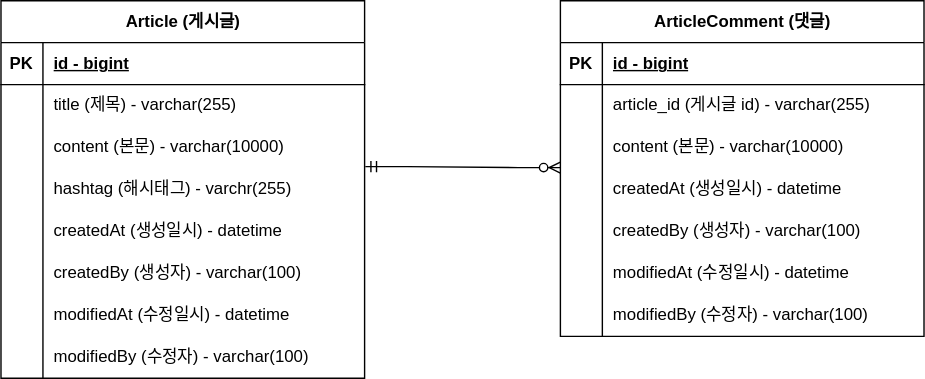
The draw.io diagram src/Documents/ERD.svg in Sangddong/fastcampus-project-board, before a commit. Source tidied: cells renumbered, new cells last; positions are measured from the earlier drawing's top-left corner, leaving out a move shared by most shapes.
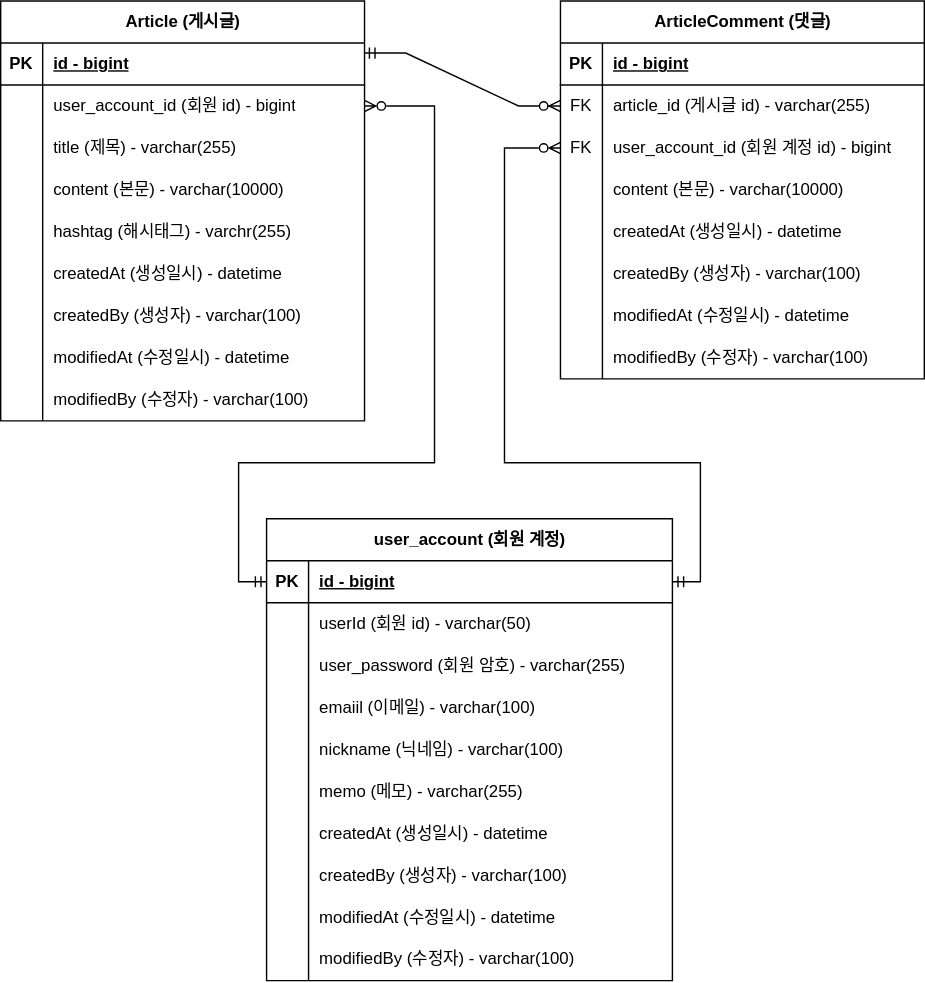
The same diagram one commit later.

The edit, as a diff of the source:
```diff
@@ -3,7 +3,7 @@
     <mxCell id="0" />
     <mxCell id="1" parent="0" />
     <mxCell id="2" value="Article (게시글)" style="shape=table;startSize=30;rowLines=0;fontStyle=1;align=center;html=1;" parent="1" vertex="1">
-      <mxGeometry width="260" height="270" as="geometry" />
+      <mxGeometry width="260" height="300" as="geometry" />
     </mxCell>
     <mxCell id="3" style="shape=tableRow;horizontal=0;startSize=0;swimlaneHead=0;swimlaneBody=0;fillColor=none;points=[[0,0.5],[1,0.5]];portConstraint=eastwest;top=0;left=0;right=0;bottom=1;" parent="2" vertex="1">
       <mxGeometry y="30" width="260" height="30" as="geometry" />
@@ -14,8 +14,17 @@
     <mxCell id="5" value="id - bigint" style="shape=partialRectangle;fillColor=none;top=0;left=0;bottom=0;right=0;align=left;spacingLeft=6;fontStyle=5;overflow=hidden;whiteSpace=wrap;html=1;" parent="3" vertex="1">
       <mxGeometry x="30" width="230" height="30" as="geometry" />
     </mxCell>
+    <mxCell id="50" style="shape=tableRow;horizontal=0;startSize=0;swimlaneHead=0;swimlaneBody=0;fillColor=none;points=[[0,0.5],[1,0.5]];portConstraint=eastwest;top=0;left=0;right=0;bottom=0;" parent="2" vertex="1">
+      <mxGeometry y="60" width="260" height="30" as="geometry" />
+    </mxCell>
+    <mxCell id="51" style="shape=partialRectangle;fillColor=none;top=0;left=0;bottom=0;right=0;overflow=hidden;whiteSpace=wrap;html=1;" parent="50" vertex="1">
+      <mxGeometry width="30" height="30" as="geometry" />
+    </mxCell>
+    <mxCell id="52" value="user_account_id (회원 id) - bigint" style="shape=partialRectangle;fillColor=none;top=0;left=0;bottom=0;right=0;align=left;spacingLeft=6;overflow=hidden;whiteSpace=wrap;html=1;" parent="50" vertex="1">
+      <mxGeometry x="30" width="230" height="30" as="geometry" />
+    </mxCell>
     <mxCell id="6" style="shape=tableRow;horizontal=0;startSize=0;swimlaneHead=0;swimlaneBody=0;fillColor=none;top=0;left=0;right=0;bottom=0;" parent="2" vertex="1">
-      <mxGeometry y="60" width="260" height="30" as="geometry" />
+      <mxGeometry y="90" width="260" height="30" as="geometry" />
     </mxCell>
     <mxCell id="7" style="shape=partialRectangle;fillColor=none;top=0;left=0;bottom=0;right=0;overflow=hidden;whiteSpace=wrap;html=1;" parent="6" vertex="1">
       <mxGeometry width="30" height="30" as="geometry" />
@@ -24,7 +33,7 @@
       <mxGeometry x="30" width="230" height="30" as="geometry" />
     </mxCell>
     <mxCell id="9" style="shape=tableRow;horizontal=0;startSize=0;swimlaneHead=0;swimlaneBody=0;fillColor=none;points=[[0,0.5],[1,0.5]];portConstraint=eastwest;top=0;left=0;right=0;bottom=0;" parent="2" vertex="1">
-      <mxGeometry y="90" width="260" height="30" as="geometry" />
+      <mxGeometry y="120" width="260" height="30" as="geometry" />
     </mxCell>
     <mxCell id="10" style="shape=partialRectangle;fillColor=none;top=0;left=0;bottom=0;right=0;overflow=hidden;whiteSpace=wrap;html=1;" parent="9" vertex="1">
       <mxGeometry width="30" height="30" as="geometry" />
@@ -33,7 +42,7 @@
       <mxGeometry x="30" width="230" height="30" as="geometry" />
     </mxCell>
     <mxCell id="12" style="shape=tableRow;horizontal=0;startSize=0;swimlaneHead=0;swimlaneBody=0;fillColor=none;top=0;left=0;right=0;bottom=0;" parent="2" vertex="1">
-      <mxGeometry y="120" width="260" height="30" as="geometry" />
+      <mxGeometry y="150" width="260" height="30" as="geometry" />
     </mxCell>
     <mxCell id="13" style="shape=partialRectangle;fillColor=none;top=0;left=0;bottom=0;right=0;overflow=hidden;whiteSpace=wrap;html=1;" parent="12" vertex="1">
       <mxGeometry width="30" height="30" as="geometry" />
@@ -42,7 +51,7 @@
       <mxGeometry x="30" width="230" height="30" as="geometry" />
     </mxCell>
     <mxCell id="15" style="shape=tableRow;horizontal=0;startSize=0;swimlaneHead=0;swimlaneBody=0;fillColor=none;top=0;left=0;right=0;bottom=0;" parent="2" vertex="1">
-      <mxGeometry y="150" width="260" height="30" as="geometry" />
+      <mxGeometry y="180" width="260" height="30" as="geometry" />
     </mxCell>
     <mxCell id="16" style="shape=partialRectangle;fillColor=none;top=0;left=0;bottom=0;right=0;overflow=hidden;whiteSpace=wrap;html=1;" parent="15" vertex="1">
       <mxGeometry width="30" height="30" as="geometry" />
@@ -51,7 +60,7 @@
       <mxGeometry x="30" width="230" height="30" as="geometry" />
     </mxCell>
     <mxCell id="18" style="shape=tableRow;horizontal=0;startSize=0;swimlaneHead=0;swimlaneBody=0;fillColor=none;top=0;left=0;right=0;bottom=0;" parent="2" vertex="1">
-      <mxGeometry y="180" width="260" height="30" as="geometry" />
+      <mxGeometry y="210" width="260" height="30" as="geometry" />
     </mxCell>
     <mxCell id="19" style="shape=partialRectangle;fillColor=none;top=0;left=0;bottom=0;right=0;overflow=hidden;whiteSpace=wrap;html=1;" parent="18" vertex="1">
       <mxGeometry width="30" height="30" as="geometry" />
@@ -60,7 +69,7 @@
       <mxGeometry x="30" width="230" height="30" as="geometry" />
     </mxCell>
     <mxCell id="21" style="shape=tableRow;horizontal=0;startSize=0;swimlaneHead=0;swimlaneBody=0;fillColor=none;top=0;left=0;right=0;bottom=0;" parent="2" vertex="1">
-      <mxGeometry y="210" width="260" height="30" as="geometry" />
+      <mxGeometry y="240" width="260" height="30" as="geometry" />
     </mxCell>
     <mxCell id="22" style="shape=partialRectangle;fillColor=none;top=0;left=0;bottom=0;right=0;overflow=hidden;whiteSpace=wrap;html=1;" parent="21" vertex="1">
       <mxGeometry width="30" height="30" as="geometry" />
@@ -69,7 +78,7 @@
       <mxGeometry x="30" width="230" height="30" as="geometry" />
     </mxCell>
     <mxCell id="24" style="shape=tableRow;horizontal=0;startSize=0;swimlaneHead=0;swimlaneBody=0;fillColor=none;top=0;left=0;right=0;bottom=0;" parent="2" vertex="1">
-      <mxGeometry y="240" width="260" height="30" as="geometry" />
+      <mxGeometry y="270" width="260" height="30" as="geometry" />
     </mxCell>
     <mxCell id="25" style="shape=partialRectangle;fillColor=none;top=0;left=0;bottom=0;right=0;overflow=hidden;whiteSpace=wrap;html=1;" parent="24" vertex="1">
       <mxGeometry width="30" height="30" as="geometry" />
@@ -78,7 +87,7 @@
       <mxGeometry x="30" width="230" height="30" as="geometry" />
     </mxCell>
     <mxCell id="27" value="ArticleComment (댓글)" style="shape=table;startSize=30;rowLines=0;fontStyle=1;align=center;html=1;" parent="1" vertex="1">
-      <mxGeometry x="400" width="260" height="240" as="geometry" />
+      <mxGeometry x="400" width="260" height="270" as="geometry" />
     </mxCell>
     <mxCell id="28" style="shape=tableRow;horizontal=0;startSize=0;swimlaneHead=0;swimlaneBody=0;fillColor=none;top=0;left=0;right=0;bottom=1;" parent="27" vertex="1">
       <mxGeometry y="30" width="260" height="30" as="geometry" />
@@ -92,14 +101,23 @@
     <mxCell id="31" style="shape=tableRow;horizontal=0;startSize=0;swimlaneHead=0;swimlaneBody=0;fillColor=none;points=[[0,0.5],[1,0.5]];portConstraint=eastwest;top=0;left=0;right=0;bottom=0;" parent="27" vertex="1">
       <mxGeometry y="60" width="260" height="30" as="geometry" />
     </mxCell>
-    <mxCell id="32" style="shape=partialRectangle;fillColor=none;top=0;left=0;bottom=0;right=0;overflow=hidden;whiteSpace=wrap;html=1;" parent="31" vertex="1">
+    <mxCell id="32" value="FK" style="shape=partialRectangle;fillColor=none;top=0;left=0;bottom=0;right=0;overflow=hidden;whiteSpace=wrap;html=1;" parent="31" vertex="1">
       <mxGeometry width="30" height="30" as="geometry" />
     </mxCell>
     <mxCell id="33" value="article_id (게시글 id) - varchar(255)" style="shape=partialRectangle;fillColor=none;top=0;left=0;bottom=0;right=0;align=left;spacingLeft=6;overflow=hidden;whiteSpace=wrap;html=1;" parent="31" vertex="1">
       <mxGeometry x="30" width="230" height="30" as="geometry" />
     </mxCell>
+    <mxCell id="53" style="shape=tableRow;horizontal=0;startSize=0;swimlaneHead=0;swimlaneBody=0;fillColor=none;points=[[0,0.5],[1,0.5]];portConstraint=eastwest;top=0;left=0;right=0;bottom=0;" parent="27" vertex="1">
+      <mxGeometry y="90" width="260" height="30" as="geometry" />
+    </mxCell>
+    <mxCell id="54" value="FK" style="shape=partialRectangle;fillColor=none;top=0;left=0;bottom=0;right=0;overflow=hidden;whiteSpace=wrap;html=1;" parent="53" vertex="1">
+      <mxGeometry width="30" height="30" as="geometry" />
+    </mxCell>
+    <mxCell id="55" value="user_account_id (회원 계정 id) - bigint" style="shape=partialRectangle;fillColor=none;top=0;left=0;bottom=0;right=0;align=left;spacingLeft=6;overflow=hidden;whiteSpace=wrap;html=1;" parent="53" vertex="1">
+      <mxGeometry x="30" width="230" height="30" as="geometry" />
+    </mxCell>
     <mxCell id="34" style="shape=tableRow;horizontal=0;startSize=0;swimlaneHead=0;swimlaneBody=0;fillColor=none;top=0;left=0;right=0;bottom=0;" parent="27" vertex="1">
-      <mxGeometry y="90" width="260" height="30" as="geometry" />
+      <mxGeometry y="120" width="260" height="30" as="geometry" />
     </mxCell>
     <mxCell id="35" style="shape=partialRectangle;fillColor=none;top=0;left=0;bottom=0;right=0;overflow=hidden;whiteSpace=wrap;html=1;" parent="34" vertex="1">
       <mxGeometry width="30" height="30" as="geometry" />
@@ -108,7 +126,7 @@
       <mxGeometry x="30" width="230" height="30" as="geometry" />
     </mxCell>
     <mxCell id="37" style="shape=tableRow;horizontal=0;startSize=0;swimlaneHead=0;swimlaneBody=0;fillColor=none;top=0;left=0;right=0;bottom=0;" parent="27" vertex="1">
-      <mxGeometry y="120" width="260" height="30" as="geometry" />
+      <mxGeometry y="150" width="260" height="30" as="geometry" />
     </mxCell>
     <mxCell id="38" style="shape=partialRectangle;fillColor=none;top=0;left=0;bottom=0;right=0;overflow=hidden;whiteSpace=wrap;html=1;" parent="37" vertex="1">
       <mxGeometry width="30" height="30" as="geometry" />
@@ -117,7 +135,7 @@
       <mxGeometry x="30" width="230" height="30" as="geometry" />
     </mxCell>
     <mxCell id="40" style="shape=tableRow;horizontal=0;startSize=0;swimlaneHead=0;swimlaneBody=0;fillColor=none;top=0;left=0;right=0;bottom=0;" parent="27" vertex="1">
-      <mxGeometry y="150" width="260" height="30" as="geometry" />
+      <mxGeometry y="180" width="260" height="30" as="geometry" />
     </mxCell>
     <mxCell id="41" style="shape=partialRectangle;fillColor=none;top=0;left=0;bottom=0;right=0;overflow=hidden;whiteSpace=wrap;html=1;" parent="40" vertex="1">
       <mxGeometry width="30" height="30" as="geometry" />
@@ -126,7 +144,7 @@
       <mxGeometry x="30" width="230" height="30" as="geometry" />
     </mxCell>
     <mxCell id="43" style="shape=tableRow;horizontal=0;startSize=0;swimlaneHead=0;swimlaneBody=0;fillColor=none;top=0;left=0;right=0;bottom=0;" parent="27" vertex="1">
-      <mxGeometry y="180" width="260" height="30" as="geometry" />
+      <mxGeometry y="210" width="260" height="30" as="geometry" />
     </mxCell>
     <mxCell id="44" style="shape=partialRectangle;fillColor=none;top=0;left=0;bottom=0;right=0;overflow=hidden;whiteSpace=wrap;html=1;" parent="43" vertex="1">
       <mxGeometry width="30" height="30" as="geometry" />
@@ -135,7 +153,7 @@
       <mxGeometry x="30" width="230" height="30" as="geometry" />
     </mxCell>
     <mxCell id="46" style="shape=tableRow;horizontal=0;startSize=0;swimlaneHead=0;swimlaneBody=0;fillColor=none;top=0;left=0;right=0;bottom=0;" parent="27" vertex="1">
-      <mxGeometry y="210" width="260" height="30" as="geometry" />
+      <mxGeometry y="240" width="260" height="30" as="geometry" />
     </mxCell>
     <mxCell id="47" style="shape=partialRectangle;fillColor=none;top=0;left=0;bottom=0;right=0;overflow=hidden;whiteSpace=wrap;html=1;" parent="46" vertex="1">
       <mxGeometry width="30" height="30" as="geometry" />
@@ -143,10 +161,121 @@
     <mxCell id="48" value="modifiedBy (수정자) - varchar(100)" style="shape=partialRectangle;fillColor=none;top=0;left=0;bottom=0;right=0;align=left;spacingLeft=6;overflow=hidden;whiteSpace=wrap;html=1;" parent="46" vertex="1">
       <mxGeometry x="30" width="230" height="30" as="geometry" />
     </mxCell>
-    <mxCell id="49" style="edgeStyle=entityRelationEdgeStyle;fontSize=12;html=1;endArrow=ERzeroToMany;startArrow=ERmandOne;rounded=0;entryX=0.023;entryY=0.089;entryDx=0;entryDy=0;entryPerimeter=0;exitX=1.002;exitY=0.954;exitDx=0;exitDy=0;exitPerimeter=0;" parent="1" edge="1" source="9">
-      <mxGeometry relative="1" as="geometry">
-        <mxPoint x="400" y="119.3" as="targetPoint" />
-      </mxGeometry>
+    <mxCell id="49" style="edgeStyle=entityRelationEdgeStyle;fontSize=12;html=1;endArrow=ERzeroToMany;startArrow=ERmandOne;rounded=0;entryX=0;entryY=0.5;entryDx=0;entryDy=0;exitX=0.998;exitY=0.24;exitDx=0;exitDy=0;exitPerimeter=0;" parent="1" edge="1" source="3" target="31">
+      <mxGeometry relative="1" as="geometry" />
     </mxCell>
+    <mxCell id="56" value="user_account (회원 계정)" style="shape=table;startSize=30;rowLines=0;fontStyle=1;align=center;html=1;" parent="1" vertex="1">
+      <mxGeometry x="190" y="370" width="290" height="330" as="geometry" />
+    </mxCell>
+    <mxCell id="57" style="shape=tableRow;horizontal=0;startSize=0;swimlaneHead=0;swimlaneBody=0;fillColor=none;points=[[0,0.5],[1,0.5]];portConstraint=eastwest;top=0;left=0;right=0;bottom=1;" parent="56" vertex="1">
+      <mxGeometry y="30" width="290" height="30" as="geometry" />
+    </mxCell>
+    <mxCell id="58" value="PK" style="shape=partialRectangle;fillColor=none;top=0;left=0;bottom=0;right=0;fontStyle=1;overflow=hidden;whiteSpace=wrap;html=1;" parent="57" vertex="1">
+      <mxGeometry width="30" height="30" as="geometry" />
+    </mxCell>
+    <mxCell id="59" value="id - bigint" style="shape=partialRectangle;fillColor=none;top=0;left=0;bottom=0;right=0;align=left;spacingLeft=6;fontStyle=5;overflow=hidden;whiteSpace=wrap;html=1;" parent="57" vertex="1">
+      <mxGeometry x="30" width="260" height="30" as="geometry" />
+    </mxCell>
+    <mxCell id="60" style="shape=tableRow;horizontal=0;startSize=0;swimlaneHead=0;swimlaneBody=0;fillColor=none;top=0;left=0;right=0;bottom=0;" parent="56" vertex="1">
+      <mxGeometry y="60" width="290" height="30" as="geometry" />
+    </mxCell>
+    <mxCell id="61" style="shape=partialRectangle;fillColor=none;top=0;left=0;bottom=0;right=0;overflow=hidden;whiteSpace=wrap;html=1;" parent="60" vertex="1">
+      <mxGeometry width="30" height="30" as="geometry" />
+    </mxCell>
+    <mxCell id="62" value="userId (회원 id) - varchar(50)" style="shape=partialRectangle;fillColor=none;top=0;left=0;bottom=0;right=0;align=left;spacingLeft=6;overflow=hidden;whiteSpace=wrap;html=1;" parent="60" vertex="1">
+      <mxGeometry x="30" width="260" height="30" as="geometry" />
+    </mxCell>
+    <mxCell id="63" style="shape=tableRow;horizontal=0;startSize=0;swimlaneHead=0;swimlaneBody=0;fillColor=none;top=0;left=0;right=0;bottom=0;" parent="56" vertex="1">
+      <mxGeometry y="90" width="290" height="30" as="geometry" />
+    </mxCell>
+    <mxCell id="64" style="shape=partialRectangle;fillColor=none;top=0;left=0;bottom=0;right=0;overflow=hidden;whiteSpace=wrap;html=1;" parent="63" vertex="1">
+      <mxGeometry width="30" height="30" as="geometry" />
+    </mxCell>
+    <mxCell id="65" value="user_password (회원 암호) - varchar(255)" style="shape=partialRectangle;fillColor=none;top=0;left=0;bottom=0;right=0;align=left;spacingLeft=6;overflow=hidden;whiteSpace=wrap;html=1;" parent="63" vertex="1">
+      <mxGeometry x="30" width="260" height="30" as="geometry" />
+    </mxCell>
+    <mxCell id="66" style="shape=tableRow;horizontal=0;startSize=0;swimlaneHead=0;swimlaneBody=0;fillColor=none;top=0;left=0;right=0;bottom=0;" parent="56" vertex="1">
+      <mxGeometry y="120" width="290" height="30" as="geometry" />
+    </mxCell>
+    <mxCell id="67" style="shape=partialRectangle;fillColor=none;top=0;left=0;bottom=0;right=0;overflow=hidden;whiteSpace=wrap;html=1;" parent="66" vertex="1">
+      <mxGeometry width="30" height="30" as="geometry" />
+    </mxCell>
+    <mxCell id="68" value="emaiil (이메일) - varchar(100)" style="shape=partialRectangle;fillColor=none;top=0;left=0;bottom=0;right=0;align=left;spacingLeft=6;overflow=hidden;whiteSpace=wrap;html=1;" parent="66" vertex="1">
+      <mxGeometry x="30" width="260" height="30" as="geometry" />
+    </mxCell>
+    <mxCell id="69" style="shape=tableRow;horizontal=0;startSize=0;swimlaneHead=0;swimlaneBody=0;fillColor=none;top=0;left=0;right=0;bottom=0;" parent="56" vertex="1">
+      <mxGeometry y="150" width="290" height="30" as="geometry" />
+    </mxCell>
+    <mxCell id="70" style="shape=partialRectangle;fillColor=none;top=0;left=0;bottom=0;right=0;overflow=hidden;whiteSpace=wrap;html=1;" parent="69" vertex="1">
+      <mxGeometry width="30" height="30" as="geometry" />
+    </mxCell>
+    <mxCell id="71" value="nickname (닉네임) - varchar(100)" style="shape=partialRectangle;fillColor=none;top=0;left=0;bottom=0;right=0;align=left;spacingLeft=6;overflow=hidden;whiteSpace=wrap;html=1;" parent="69" vertex="1">
+      <mxGeometry x="30" width="260" height="30" as="geometry" />
+    </mxCell>
+    <mxCell id="72" style="shape=tableRow;horizontal=0;startSize=0;swimlaneHead=0;swimlaneBody=0;fillColor=none;top=0;left=0;right=0;bottom=0;" parent="56" vertex="1">
+      <mxGeometry y="180" width="290" height="30" as="geometry" />
+    </mxCell>
+    <mxCell id="73" style="shape=partialRectangle;fillColor=none;top=0;left=0;bottom=0;right=0;overflow=hidden;whiteSpace=wrap;html=1;" parent="72" vertex="1">
+      <mxGeometry width="30" height="30" as="geometry" />
+    </mxCell>
+    <mxCell id="74" value="memo (메모) - varchar(255)" style="shape=partialRectangle;fillColor=none;top=0;left=0;bottom=0;right=0;align=left;spacingLeft=6;overflow=hidden;whiteSpace=wrap;html=1;" parent="72" vertex="1">
+      <mxGeometry x="30" width="260" height="30" as="geometry" />
+    </mxCell>
+    <mxCell id="75" style="shape=tableRow;horizontal=0;startSize=0;swimlaneHead=0;swimlaneBody=0;fillColor=none;top=0;left=0;right=0;bottom=0;" parent="56" vertex="1">
+      <mxGeometry y="210" width="290" height="30" as="geometry" />
+    </mxCell>
+    <mxCell id="76" style="shape=partialRectangle;fillColor=none;top=0;left=0;bottom=0;right=0;overflow=hidden;whiteSpace=wrap;html=1;" parent="75" vertex="1">
+      <mxGeometry width="30" height="30" as="geometry" />
+    </mxCell>
+    <mxCell id="77" value="createdAt (생성일시) - datetime" style="shape=partialRectangle;fillColor=none;top=0;left=0;bottom=0;right=0;align=left;spacingLeft=6;overflow=hidden;whiteSpace=wrap;html=1;" parent="75" vertex="1">
+      <mxGeometry x="30" width="260" height="30" as="geometry" />
+    </mxCell>
+    <mxCell id="78" style="shape=tableRow;horizontal=0;startSize=0;swimlaneHead=0;swimlaneBody=0;fillColor=none;top=0;left=0;right=0;bottom=0;" parent="56" vertex="1">
+      <mxGeometry y="240" width="290" height="30" as="geometry" />
+    </mxCell>
+    <mxCell id="79" style="shape=partialRectangle;fillColor=none;top=0;left=0;bottom=0;right=0;overflow=hidden;whiteSpace=wrap;html=1;" parent="78" vertex="1">
+      <mxGeometry width="30" height="30" as="geometry" />
+    </mxCell>
+    <mxCell id="80" value="createdBy (생성자) - varchar(100)&amp;nbsp;" style="shape=partialRectangle;fillColor=none;top=0;left=0;bottom=0;right=0;align=left;spacingLeft=6;overflow=hidden;whiteSpace=wrap;html=1;" parent="78" vertex="1">
+      <mxGeometry x="30" width="260" height="30" as="geometry" />
+    </mxCell>
+    <mxCell id="81" style="shape=tableRow;horizontal=0;startSize=0;swimlaneHead=0;swimlaneBody=0;fillColor=none;top=0;left=0;right=0;bottom=0;" parent="56" vertex="1">
+      <mxGeometry y="270" width="290" height="30" as="geometry" />
+    </mxCell>
+    <mxCell id="82" style="shape=partialRectangle;fillColor=none;top=0;left=0;bottom=0;right=0;overflow=hidden;whiteSpace=wrap;html=1;" parent="81" vertex="1">
+      <mxGeometry width="30" height="30" as="geometry" />
+    </mxCell>
+    <mxCell id="83" value="modifiedAt (수정일시) - datetime" style="shape=partialRectangle;fillColor=none;top=0;left=0;bottom=0;right=0;align=left;spacingLeft=6;overflow=hidden;whiteSpace=wrap;html=1;" parent="81" vertex="1">
+      <mxGeometry x="30" width="260" height="30" as="geometry" />
+    </mxCell>
+    <mxCell id="84" style="shape=tableRow;horizontal=0;startSize=0;swimlaneHead=0;swimlaneBody=0;fillColor=none;top=0;left=0;right=0;bottom=0;" parent="56" vertex="1">
+      <mxGeometry y="300" width="290" height="30" as="geometry" />
+    </mxCell>
+    <mxCell id="85" style="shape=partialRectangle;fillColor=none;top=0;left=0;bottom=0;right=0;overflow=hidden;whiteSpace=wrap;html=1;" parent="84" vertex="1">
+      <mxGeometry width="30" height="30" as="geometry" />
+    </mxCell>
+    <mxCell id="86" value="modifiedBy (수정자) - varchar(100)" style="shape=partialRectangle;fillColor=none;top=0;left=0;bottom=0;right=0;align=left;spacingLeft=6;overflow=hidden;whiteSpace=wrap;html=1;" parent="84" vertex="1">
+      <mxGeometry x="30" width="260" height="30" as="geometry" />
+    </mxCell>
+    <mxCell id="87" style="endArrow=ERzeroToMany;html=1;rounded=0;entryX=0;entryY=0.5;entryDx=0;entryDy=0;exitX=1;exitY=0.5;exitDx=0;exitDy=0;startArrow=ERmandOne;startFill=0;endFill=0;" parent="1" edge="1" source="57" target="53">
+      <mxGeometry relative="1" as="geometry">
+        <Array as="points">
+          <mxPoint x="500" y="415" />
+          <mxPoint x="500" y="330" />
+          <mxPoint x="360" y="330" />
+          <mxPoint x="360" y="105" />
+        </Array>
+      </mxGeometry>
+    </mxCell>
+    <mxCell id="88" style="endArrow=ERzeroToMany;html=1;rounded=0;entryX=1;entryY=0.5;entryDx=0;entryDy=0;exitX=0;exitY=0.5;exitDx=0;exitDy=0;startArrow=ERmandOne;startFill=0;endFill=0;" parent="1" edge="1" source="57" target="50">
+      <mxGeometry relative="1" as="geometry">
+        <Array as="points">
+          <mxPoint x="170" y="415" />
+          <mxPoint x="170" y="330" />
+          <mxPoint x="310" y="330" />
+          <mxPoint x="310" y="75" />
+        </Array>
+      </mxGeometry>
+    </mxCell>
   </root>
 </mxGraphModel>
```
